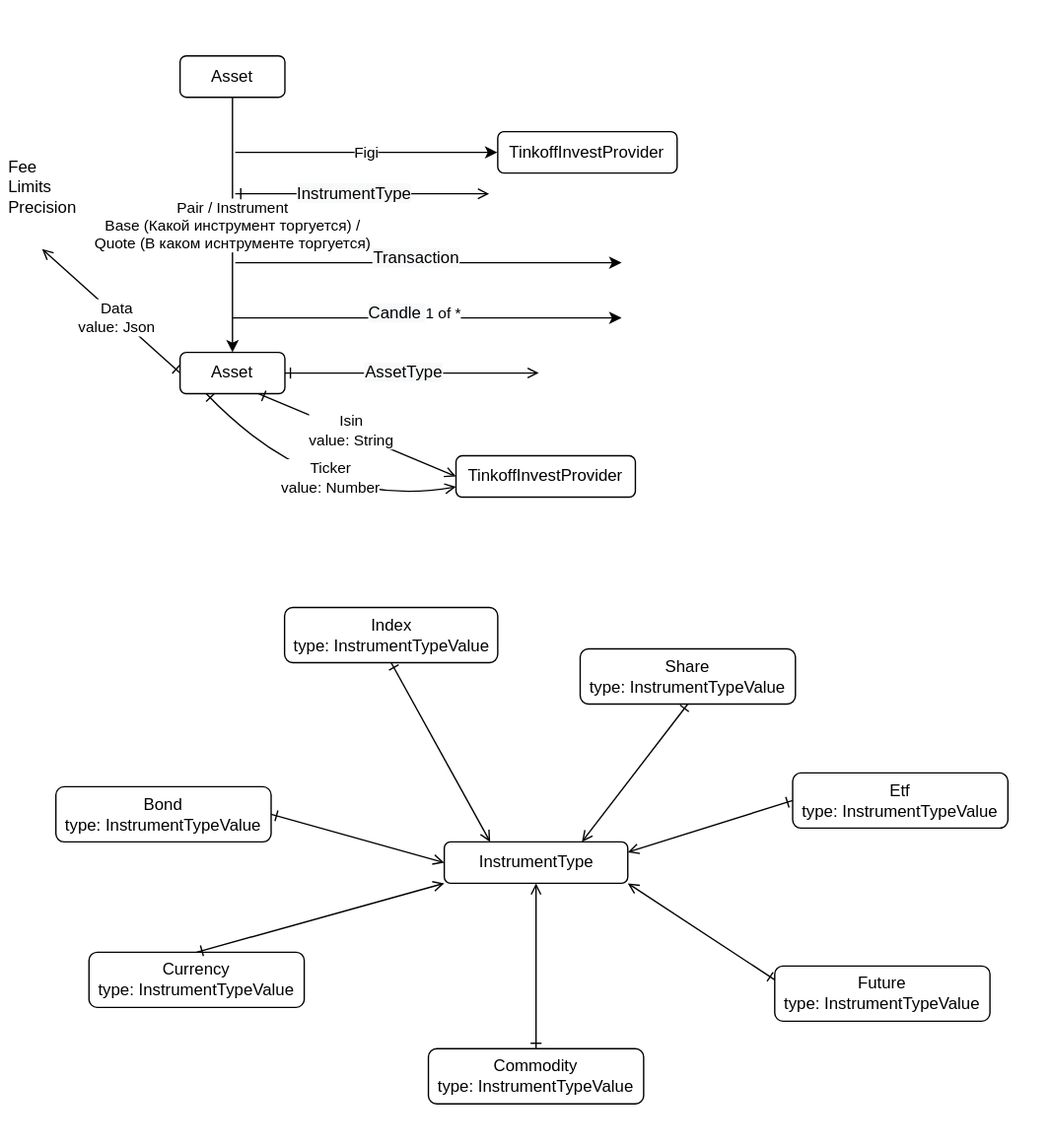
Before: src/instrument/Instrument.drawio.svg, a diagram exported from draw.io (suenot/deep-profitmaker). Source tidied: cells renumbered, new cells last; positions are measured from the earlier drawing's top-left corner, leaving out a move shared by most shapes.
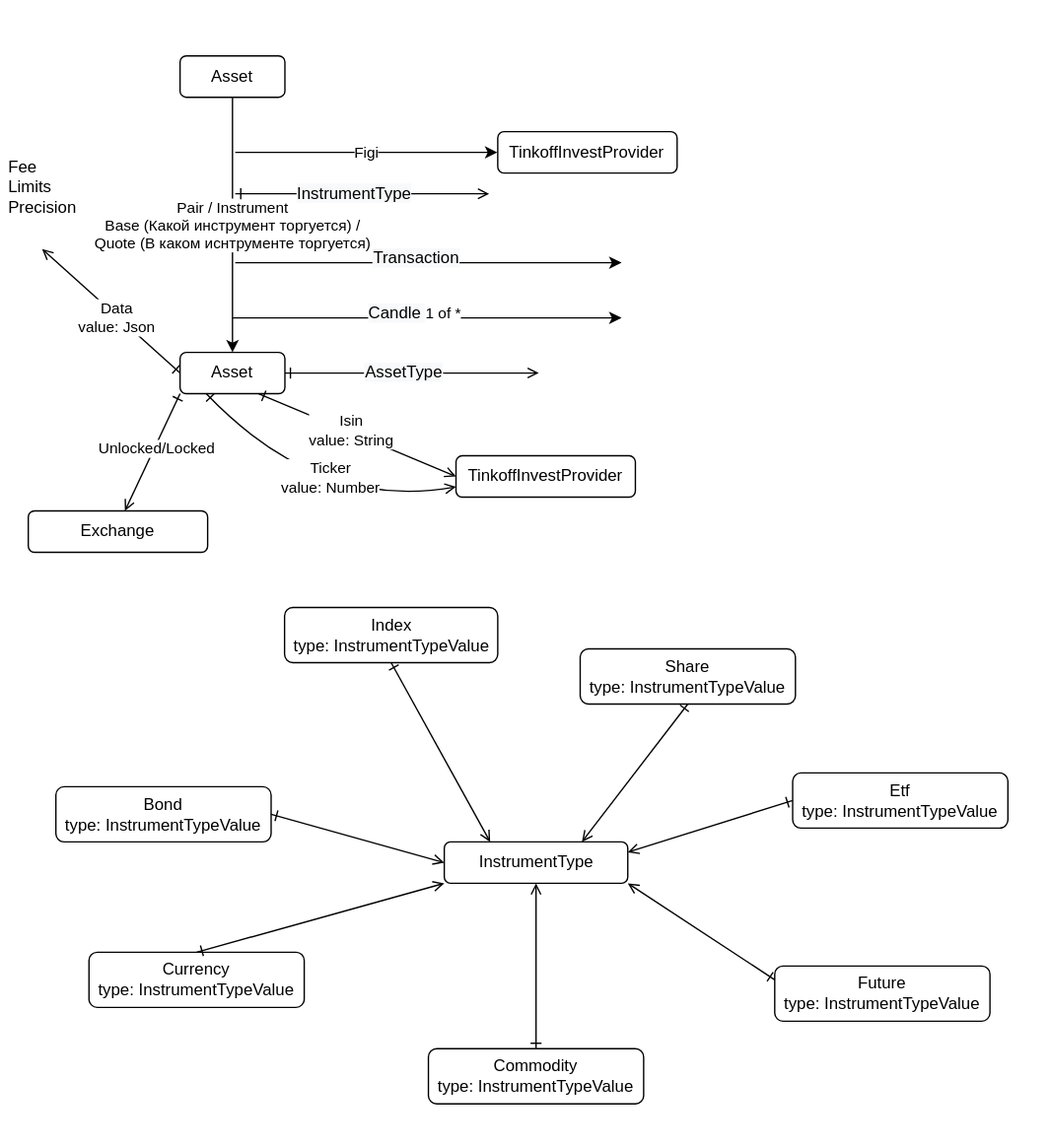
After the commit.

The edit, as a diff of the source:
```diff
@@ -141,5 +141,16 @@
     <mxCell id="38" value="&lt;div style=&quot;text-align: left&quot;&gt;&lt;span&gt;Fee&lt;/span&gt;&lt;/div&gt;&lt;div style=&quot;text-align: left&quot;&gt;&lt;span&gt;Limits&lt;/span&gt;&lt;/div&gt;&lt;div style=&quot;text-align: left&quot;&gt;&lt;span&gt;Precision&lt;/span&gt;&lt;/div&gt;" style="text;html=1;align=center;verticalAlign=middle;fillColor=none;strokeColor=none;rounded=0;" parent="1" vertex="1">
       <mxGeometry y="110" width="60" height="50" as="geometry" />
     </mxCell>
+    <mxCell id="39" style="edgeStyle=none;html=1;exitX=0;exitY=1;exitDx=0;exitDy=0;startArrow=ERone;startFill=0;endArrow=open;endFill=0;" parent="1" edge="1" source="20">
+      <mxGeometry relative="1" as="geometry">
+        <mxPoint x="90" y="370" as="targetPoint" />
+      </mxGeometry>
+    </mxCell>
+    <mxCell id="40" value="Unlocked/Locked" style="edgeLabel;html=1;align=center;verticalAlign=middle;" parent="39" vertex="1">
+      <mxGeometry x="-0.07" y="1" relative="1" as="geometry" />
+    </mxCell>
+    <mxCell id="41" value="Exchange" style="rounded=1;whiteSpace=wrap;html=1;labelBackgroundColor=none;" parent="1" vertex="1">
+      <mxGeometry x="20" y="370" width="130" height="30" as="geometry" />
+    </mxCell>
   </root>
 </mxGraphModel>
```
